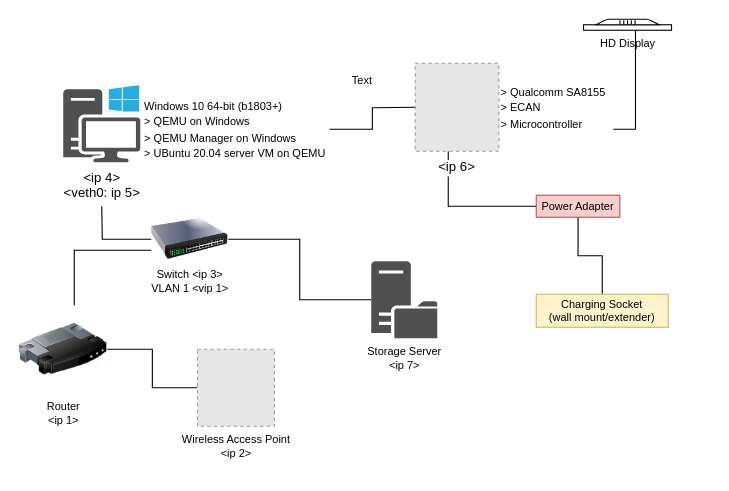
The draw.io diagram page "BB LAB setup" (2 of 2) of src/main/resources/Pateo_IVY.drawio in subhachat/CodeKata, before the edit. Source tidied: cells renumbered, new cells numbered last; positions are measured from the earlier drawing's top-left corner, leaving out a move shared by most shapes. Both pictures are drawn from the tidied source at 110%, with x=0, y=0 at pixel (19, 19). Pictures stored in the file or linked from it are replaced by grey dashed boxes.
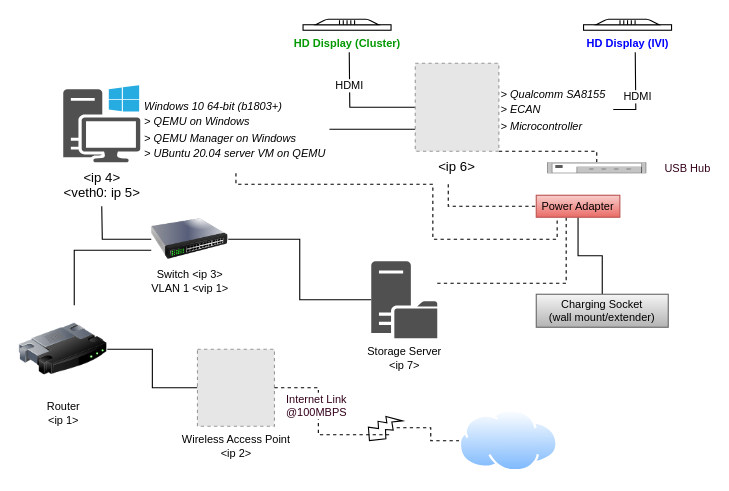
After the change.

The change refers to these unchanged cells:
```xml
<mxCell id="11" value="Wireless Access Point&lt;br&gt;&amp;lt;ip 2&amp;gt;" style="fillColor=#E6E6E6;strokeColor=#999999;dashed=1;html=1;verticalAlign=top;verticalLabelPosition=bottom;labelBackgroundColor=#ffffff;fontSize=10;" parent="1" vertex="1">
  <mxGeometry x="162" y="300" width="70" height="70" as="geometry" />
</mxCell>
<mxCell id="12" value="Storage Server&lt;br&gt;&amp;lt;ip 7&amp;gt;" style="sketch=0;shadow=0;dashed=0;html=1;strokeColor=none;fillColor=#505050;labelPosition=center;verticalLabelPosition=bottom;verticalAlign=top;outlineConnect=0;align=center;shape=mxgraph.office.servers.file_server;fontSize=10;" parent="1" vertex="1">
  <mxGeometry x="320" y="220" width="60" height="70" as="geometry" />
</mxCell>
<mxCell id="17" value="&lt;ip 6&gt;" style="fillColor=#E6E6E6;strokeColor=#999999;dashed=1;verticalLabelPosition=bottom;labelBackgroundColor=default;verticalAlign=top;" parent="1" vertex="1">
  <mxGeometry x="360" y="40" width="76" height="80" as="geometry" />
</mxCell>
```

Change to the diagram source:
```diff
@@
-    <mxCell id="3" style="edgeStyle=orthogonalEdgeStyle;rounded=0;jettySize=auto;html=1;fontSize=10;endArrow=none;endFill=0;" parent="1" edge="1" source="4">
-      <mxGeometry relative="1" as="geometry">
-        <mxPoint x="360" y="80" as="targetPoint" />
-      </mxGeometry>
+    <mxCell id="3" style="edgeStyle=orthogonalEdgeStyle;rounded=0;jettySize=auto;html=1;fontSize=10;endArrow=none;endFill=0;entryX=0;entryY=0.75;entryDx=0;entryDy=0;" parent="1" edge="1" source="4" target="17">
+      <mxGeometry relative="1" as="geometry" />
     </mxCell>
+    <mxCell id="22" style="edgeStyle=orthogonalEdgeStyle;rounded=0;jettySize=auto;html=1;entryX=0.25;entryY=1;entryDx=0;entryDy=0;fontSize=10;endArrow=none;endFill=0;dashed=1;" parent="1" edge="1" source="4" target="19">
+      <mxGeometry relative="1" as="geometry">
+        <Array as="points">
+          <mxPoint x="197" y="150" />
+          <mxPoint x="376" y="150" />
+          <mxPoint x="376" y="200" />
+          <mxPoint x="489" y="200" />
+        </Array>
+      </mxGeometry>
+    </mxCell>
-    <mxCell id="4" value="&lt;font style=&quot;font-size: 10px&quot;&gt;Windows 10 64-bit (b1803+)&lt;br&gt;&amp;gt; QEMU on Windows&lt;br&gt;&amp;gt; QEMU Manager on Windows&lt;br&gt;&amp;gt; UBuntu 20.04 server VM on QEMU&lt;br&gt;&lt;/font&gt;" style="text;html=1;strokeColor=none;fillColor=none;align=left;verticalAlign=middle;whiteSpace=wrap;rounded=0;" parent="1" vertex="1">
+    <mxCell id="4" value="&lt;font style=&quot;font-size: 10px&quot;&gt;Windows 10 64-bit (b1803+)&lt;br&gt;&amp;gt; QEMU on Windows&lt;br&gt;&amp;gt; QEMU Manager on Windows&lt;br&gt;&amp;gt; UBuntu 20.04 server VM on QEMU&lt;br&gt;&lt;/font&gt;" style="text;html=1;strokeColor=none;fillColor=none;align=left;verticalAlign=middle;whiteSpace=wrap;rounded=0;fontStyle=2;" parent="1" vertex="1">
       <mxGeometry x="112" y="60" width="170" height="80" as="geometry" />
     </mxCell>
@@
+    <mxCell id="23" style="edgeStyle=orthogonalEdgeStyle;rounded=0;jettySize=auto;html=1;entryX=0;entryY=0.5;entryDx=0;entryDy=0;dashed=1;fontSize=10;fontColor=#0000FF;endArrow=none;endFill=0;startArrow=none;" parent="1" edge="1" source="31" target="30">
+      <mxGeometry relative="1" as="geometry" />
+    </mxCell>
@@
+    <mxCell id="24" style="edgeStyle=orthogonalEdgeStyle;rounded=0;jettySize=auto;html=1;entryX=0.358;entryY=0.98;entryDx=0;entryDy=0;entryPerimeter=0;dashed=1;fontSize=10;fontColor=#0000FF;endArrow=none;endFill=0;" parent="1" edge="1" source="12" target="19">
+      <mxGeometry relative="1" as="geometry">
+        <Array as="points">
+          <mxPoint x="497" y="240" />
+        </Array>
+      </mxGeometry>
+    </mxCell>
@@
-    <mxCell id="13" style="edgeStyle=orthogonalEdgeStyle;rounded=0;jettySize=auto;html=1;entryX=0.59;entryY=0.92;entryDx=0;entryDy=0;entryPerimeter=0;fontSize=10;endArrow=none;endFill=0;exitX=1;exitY=0.75;exitDx=0;exitDy=0;" parent="1" edge="1" source="14" target="21">
-      <mxGeometry relative="1" as="geometry" />
+    <mxCell id="13" style="edgeStyle=orthogonalEdgeStyle;rounded=0;jettySize=auto;html=1;fontSize=10;endArrow=none;endFill=0;exitX=1;exitY=0.5;exitDx=0;exitDy=0;" parent="1" edge="1" source="14">
+      <mxGeometry relative="1" as="geometry">
+        <mxPoint x="560" y="30" as="targetPoint" />
+      </mxGeometry>
     </mxCell>
+    <mxCell id="25" value="HDMI" style="edgeLabel;html=1;align=center;verticalAlign=middle;fontSize=10;" parent="13" vertex="1">
+      <mxGeometry x="-0.1" y="-1" relative="1" as="geometry" />
+    </mxCell>
-    <mxCell id="14" value="&lt;font style=&quot;font-size: 10px&quot;&gt;&amp;gt; Qualcomm SA8155&lt;br&gt;&amp;gt; ECAN&lt;br&gt;&amp;gt; Microcontroller&lt;br&gt;&lt;/font&gt;" style="text;html=1;strokeColor=none;fillColor=none;align=left;verticalAlign=middle;whiteSpace=wrap;rounded=0;" parent="1" vertex="1">
-      <mxGeometry x="436" y="40" width="104" height="80" as="geometry" />
+    <mxCell id="14" value="&lt;font style=&quot;font-size: 10px&quot;&gt;&amp;gt; Qualcomm SA8155&lt;br&gt;&amp;gt; ECAN&lt;br&gt;&amp;gt; Microcontroller&lt;br&gt;&lt;/font&gt;" style="text;html=1;strokeColor=none;fillColor=none;align=left;verticalAlign=middle;whiteSpace=wrap;rounded=0;fontStyle=2;" parent="1" vertex="1">
+      <mxGeometry x="436" y="57" width="104" height="50" as="geometry" />
     </mxCell>
-    <mxCell id="15" value="Text" style="text;html=1;strokeColor=none;fillColor=none;align=center;verticalAlign=middle;whiteSpace=wrap;rounded=0;fontSize=10;" parent="1" vertex="1">
-      <mxGeometry x="282" y="40" width="60" height="30" as="geometry" />
-    </mxCell>
-    <mxCell id="16" style="edgeStyle=orthogonalEdgeStyle;rounded=0;jettySize=auto;html=1;fontSize=10;endArrow=none;endFill=0;" parent="1" edge="1" source="17" target="19">
+    <mxCell id="16" style="edgeStyle=orthogonalEdgeStyle;rounded=0;jettySize=auto;html=1;fontSize=10;endArrow=none;endFill=0;dashed=1;" parent="1" edge="1" target="19">
       <mxGeometry relative="1" as="geometry">
+        <mxPoint x="390" y="150" as="sourcePoint" />
         <Array as="points">
           <mxPoint x="390" y="170" />
         </Array>
       </mxGeometry>
     </mxCell>
+    <mxCell id="26" style="edgeStyle=orthogonalEdgeStyle;rounded=0;jettySize=auto;html=1;fontSize=10;endArrow=none;endFill=0;" parent="1" edge="1" source="17">
+      <mxGeometry relative="1" as="geometry">
+        <mxPoint x="300" y="30" as="targetPoint" />
+      </mxGeometry>
+    </mxCell>
+    <mxCell id="27" value="HDMI" style="edgeLabel;html=1;align=center;verticalAlign=middle;fontSize=10;" parent="26" vertex="1">
+      <mxGeometry x="0.35" y="1" relative="1" as="geometry">
+        <mxPoint y="-6" as="offset" />
+      </mxGeometry>
+    </mxCell>
+    <mxCell id="28" style="edgeStyle=orthogonalEdgeStyle;rounded=0;jettySize=auto;html=1;dashed=1;fontSize=10;fontColor=#33001A;endArrow=none;endFill=0;" parent="1" edge="1" source="17" target="34">
+      <mxGeometry relative="1" as="geometry">
+        <Array as="points">
+          <mxPoint x="525" y="120" />
+        </Array>
+      </mxGeometry>
+    </mxCell>
@@
-    <mxCell id="19" value="Power Adapter" style="rounded=0;whiteSpace=wrap;html=1;fontSize=10;fillColor=#f8cecc;strokeColor=#b85450;" parent="1" vertex="1">
+    <mxCell id="19" value="Power Adapter" style="rounded=0;whiteSpace=wrap;html=1;fontSize=10;fillColor=#f8cecc;strokeColor=#b85450;gradientColor=#ea6b66;" parent="1" vertex="1">
       <mxGeometry x="470" y="160" width="76" height="20" as="geometry" />
     </mxCell>
-    <mxCell id="20" value="Charging Socket &lt;br&gt;(wall mount/extender)" style="rounded=0;whiteSpace=wrap;html=1;fontSize=10;fillColor=#fff2cc;strokeColor=#d6b656;" parent="1" vertex="1">
+    <mxCell id="20" value="Charging Socket &lt;br&gt;(wall mount/extender)" style="rounded=0;whiteSpace=wrap;html=1;fontSize=10;fillColor=#f5f5f5;strokeColor=#666666;gradientColor=#b3b3b3;" parent="1" vertex="1">
       <mxGeometry x="470" y="250" width="120" height="30" as="geometry" />
     </mxCell>
-    <mxCell id="21" value="HD Display" style="verticalLabelPosition=bottom;html=1;verticalAlign=top;align=center;shape=mxgraph.floorplan.flat_tv;fontSize=10;" parent="1" vertex="1">
+    <mxCell id="21" value="&lt;font color=&quot;#0000ff&quot;&gt;&lt;b&gt;HD Display (IVI)&lt;/b&gt;&lt;/font&gt;" style="verticalLabelPosition=bottom;html=1;verticalAlign=top;align=center;shape=mxgraph.floorplan.flat_tv;fontSize=10;" parent="1" vertex="1">
       <mxGeometry x="513" width="80" height="10" as="geometry" />
     </mxCell>
+    <mxCell id="29" value="&lt;font color=&quot;#009900&quot;&gt;&lt;b&gt;HD Display (Cluster)&lt;/b&gt;&lt;/font&gt;" style="verticalLabelPosition=bottom;html=1;verticalAlign=top;align=center;shape=mxgraph.floorplan.flat_tv;fontSize=10;" parent="1" vertex="1">
+      <mxGeometry x="258" width="80" height="10" as="geometry" />
+    </mxCell>
+    <mxCell id="30" style="perimeter=ellipsePerimeter;html=1;align=center;shadow=0;dashed=0;spacingTop=3;image;image=img/lib/active_directory/internet_cloud.svg;fontSize=10;fontColor=#0000FF;" parent="1" vertex="1">
+      <mxGeometry x="400" y="354.8" width="90" height="56.7" as="geometry" />
+    </mxCell>
+    <mxCell id="31" style="verticalLabelPosition=bottom;verticalAlign=top;html=1;shape=mxgraph.basic.flash;fontSize=10;fontColor=#0000FF;rotation=-140;" parent="1" vertex="1">
+      <mxGeometry x="320" y="354.8" width="20" height="33" as="geometry" />
+    </mxCell>
+    <mxCell id="32" style="edgeStyle=orthogonalEdgeStyle;rounded=0;jettySize=auto;html=1;entryX=0;entryY=0.5;entryDx=0;entryDy=0;dashed=1;fontSize=10;fontColor=#0000FF;endArrow=none;endFill=0;" parent="1" edge="1" source="11" target="31">
+      <mxGeometry relative="1" as="geometry" />
+    </mxCell>
+    <mxCell id="33" value="&lt;font color=&quot;#33001a&quot;&gt;Internet Link &lt;br&gt;@100MBPS&lt;/font&gt;" style="edgeLabel;html=1;align=center;verticalAlign=middle;fontSize=10;fontColor=#0000FF;" parent="32" vertex="1">
+      <mxGeometry x="0.06" relative="1" as="geometry">
+        <mxPoint x="-2" y="-24" as="offset" />
+      </mxGeometry>
+    </mxCell>
+    <mxCell id="34" value="&lt;font color=&quot;#33001a&quot;&gt;USB Hub&lt;/font&gt;" style="strokeColor=#666666;html=1;labelPosition=right;align=left;spacingLeft=15;shadow=0;dashed=0;outlineConnect=0;shape=mxgraph.rack.general.hub;fontSize=10;fontColor=#0000FF;" parent="1" vertex="1">
+      <mxGeometry x="480" y="130" width="90" height="10" as="geometry" />
+    </mxCell>
```
